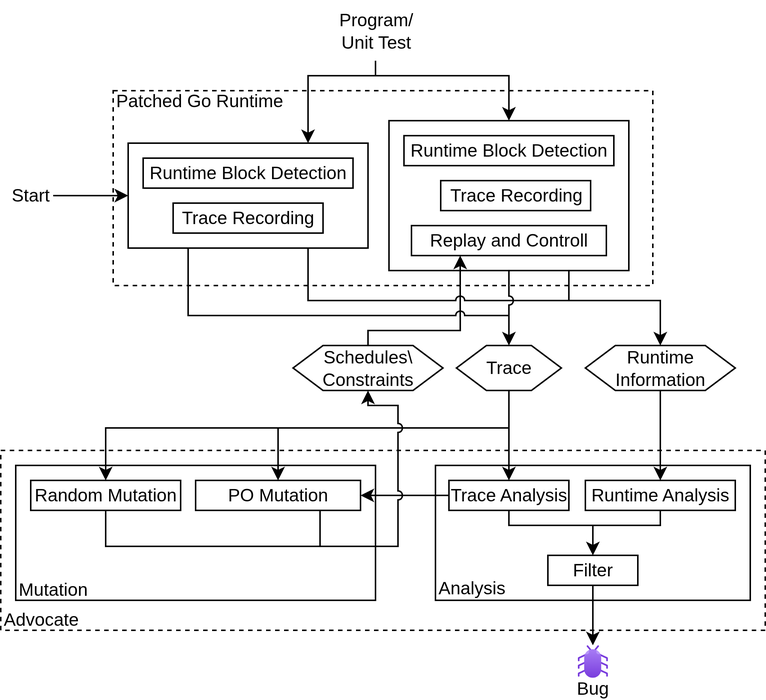
Before: architecture.png, a diagram exported from draw.io (ErikKassubek/ADVOCATE). Source tidied: cells renumbered, new cells last; positions are measured from the earlier drawing's top-left corner, leaving out a move shared by most shapes.
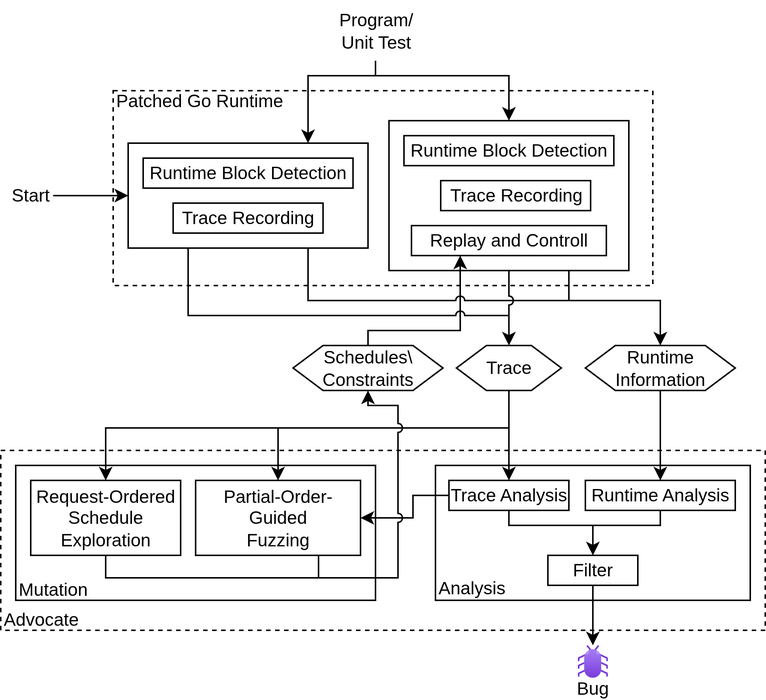
After the change.

What changed in the source:
```diff
@@ -159,9 +159,9 @@
     </mxCell>
     <mxCell id="36" style="edgeStyle=orthogonalEdgeStyle;rounded=0;jettySize=auto;html=1;exitX=0.5;exitY=1;exitDx=0;exitDy=0;endArrow=none;endFill=0;" parent="1" edge="1" source="38">
       <mxGeometry relative="1" as="geometry">
-        <mxPoint x="185" y="364" as="targetPoint" />
+        <mxPoint x="185" y="385" as="targetPoint" />
         <Array as="points">
-          <mxPoint x="70" y="364" />
+          <mxPoint x="70" y="385" />
         </Array>
       </mxGeometry>
     </mxCell>
@@ -174,8 +174,8 @@
         </Array>
       </mxGeometry>
     </mxCell>
-    <mxCell id="38" value="Random Mutation" style="rounded=0;whiteSpace=wrap;html=1;" parent="1" vertex="1">
-      <mxGeometry x="20" y="320" width="100" height="20" as="geometry" />
+    <mxCell id="38" value="Request-Ordered Schedule&lt;div&gt;Exploration&lt;/div&gt;" style="rounded=0;whiteSpace=wrap;html=1;" parent="1" vertex="1">
+      <mxGeometry x="20" y="320" width="100" height="50" as="geometry" />
     </mxCell>
     <mxCell id="39" style="edgeStyle=orthogonalEdgeStyle;rounded=0;jettySize=auto;html=1;exitX=0.5;exitY=0;exitDx=0;exitDy=0;endArrow=none;endFill=0;startArrow=classic;startFill=1;" parent="1" edge="1" source="40">
       <mxGeometry relative="1" as="geometry">
@@ -186,8 +186,8 @@
         </Array>
       </mxGeometry>
     </mxCell>
-    <mxCell id="40" value="PO Mutation" style="rounded=0;whiteSpace=wrap;html=1;" parent="1" vertex="1">
-      <mxGeometry x="130" y="320" width="110" height="20" as="geometry" />
+    <mxCell id="40" value="Partial-Order-&lt;div&gt;Guided&lt;/div&gt;&lt;div&gt;Fuzzing&lt;/div&gt;" style="rounded=0;whiteSpace=wrap;html=1;" parent="1" vertex="1">
+      <mxGeometry x="130" y="320" width="110" height="50" as="geometry" />
     </mxCell>
     <mxCell id="41" value="Mutation" style="text;html=1;align=left;verticalAlign=middle;whiteSpace=wrap;rounded=0;" parent="1" vertex="1">
       <mxGeometry x="10" y="386" width="47.4" height="14" as="geometry" />
@@ -214,13 +214,18 @@
       <mxGeometry x="10" width="20" height="21.7" as="geometry" />
     </mxCell>
     <mxCell id="49" style="edgeStyle=orthogonalEdgeStyle;rounded=0;jettySize=auto;html=1;exitX=0;exitY=0.5;exitDx=0;exitDy=0;entryX=1;entryY=0.5;entryDx=0;entryDy=0;" parent="1" edge="1" source="21" target="40">
-      <mxGeometry relative="1" as="geometry" />
+      <mxGeometry relative="1" as="geometry">
+        <Array as="points">
+          <mxPoint x="275" y="330" />
+          <mxPoint x="275" y="345" />
+        </Array>
+      </mxGeometry>
     </mxCell>
-    <mxCell id="50" style="edgeStyle=orthogonalEdgeStyle;rounded=0;jettySize=auto;html=1;exitX=1;exitY=0.5;exitDx=0;exitDy=0;entryX=0.5;entryY=1;entryDx=0;entryDy=0;jumpStyle=arc;" parent="1" edge="1" target="14">
+    <mxCell id="50" style="edgeStyle=orthogonalEdgeStyle;rounded=0;jettySize=auto;html=1;entryX=0.5;entryY=1;entryDx=0;entryDy=0;jumpStyle=arc;" parent="1" edge="1" target="14">
       <mxGeometry relative="1" as="geometry">
-        <mxPoint x="185" y="364" as="sourcePoint" />
+        <mxPoint x="185" y="385" as="sourcePoint" />
         <Array as="points">
-          <mxPoint x="265" y="364" />
+          <mxPoint x="265" y="385" />
           <mxPoint x="265" y="270" />
           <mxPoint x="245" y="270" />
         </Array>
@@ -228,8 +233,8 @@
     </mxCell>
     <mxCell id="51" style="endArrow=none;html=1;rounded=0;endFill=0;" parent="1" edge="1">
       <mxGeometry relative="1" as="geometry">
-        <mxPoint x="213" y="340" as="sourcePoint" />
-        <mxPoint x="213" y="364" as="targetPoint" />
+        <mxPoint x="212" y="370" as="sourcePoint" />
+        <mxPoint x="212" y="385" as="targetPoint" />
       </mxGeometry>
     </mxCell>
   </root>
```
